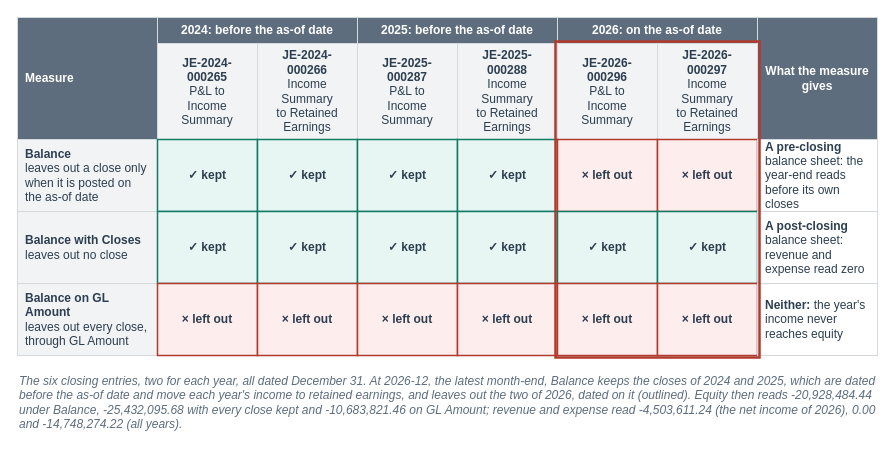
Above: facts/instructor/figures/chapter-14-data-models-and-dax/IF-14-1-B.drawio in mmcodesso/Accounting_Analytics_Book (draw.io), before the change. Source tidied: cells renumbered, new cells numbered last; positions are measured from the earlier drawing's top-left corner, leaving out a move shared by most shapes. Both pictures are drawn from the tidied source at 100%, with x=0, y=0 at pixel (17, 17).
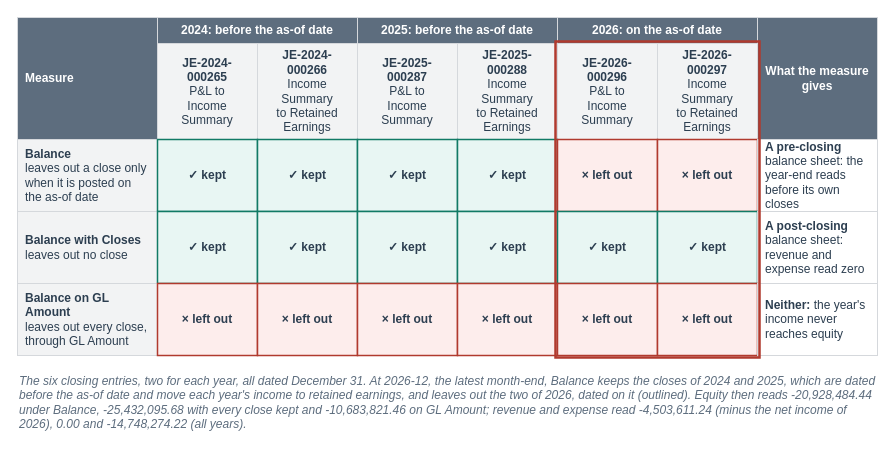
Above is the later version.

The edit, as a diff of the source:
```diff
@@
-    <mxCell id="38" value="&lt;i&gt;The six closing entries, two for each year, all dated December 31. At 2026-12, the latest month-end, Balance keeps the closes of 2024 and 2025, which are dated before the as-of date and move each year's income to retained earnings, and leaves out the two of 2026, dated on it (outlined). Equity then reads -20,928,484.44 under Balance, -25,432,095.68 with every close kept and -10,683,821.46 on GL Amount; revenue and expense read -4,503,611.24 (the net income of 2026), 0.00 and -14,748,274.22 (all years).&lt;/i&gt;" style="text;html=1;whiteSpace=wrap;align=left;verticalAlign=top;fontSize=12;fontColor=#5D6D7E;fontStyle=0;fontFamily=Helvetica;spacing=2;fillColor=none;strokeColor=none;" parent="1" vertex="1">
+    <mxCell id="38" value="&lt;i&gt;The six closing entries, two for each year, all dated December 31. At 2026-12, the latest month-end, Balance keeps the closes of 2024 and 2025, which are dated before the as-of date and move each year's income to retained earnings, and leaves out the two of 2026, dated on it (outlined). Equity then reads -20,928,484.44 under Balance, -25,432,095.68 with every close kept and -10,683,821.46 on GL Amount; revenue and expense read -4,503,611.24 (minus the net income of 2026), 0.00 and -14,748,274.22 (all years).&lt;/i&gt;" style="text;html=1;whiteSpace=wrap;align=left;verticalAlign=top;fontSize=12;fontColor=#5D6D7E;fontStyle=0;fontFamily=Helvetica;spacing=2;fillColor=none;strokeColor=none;" parent="1" vertex="1">
       <mxGeometry y="350" width="860" height="68" as="geometry" />
     </mxCell>
```
